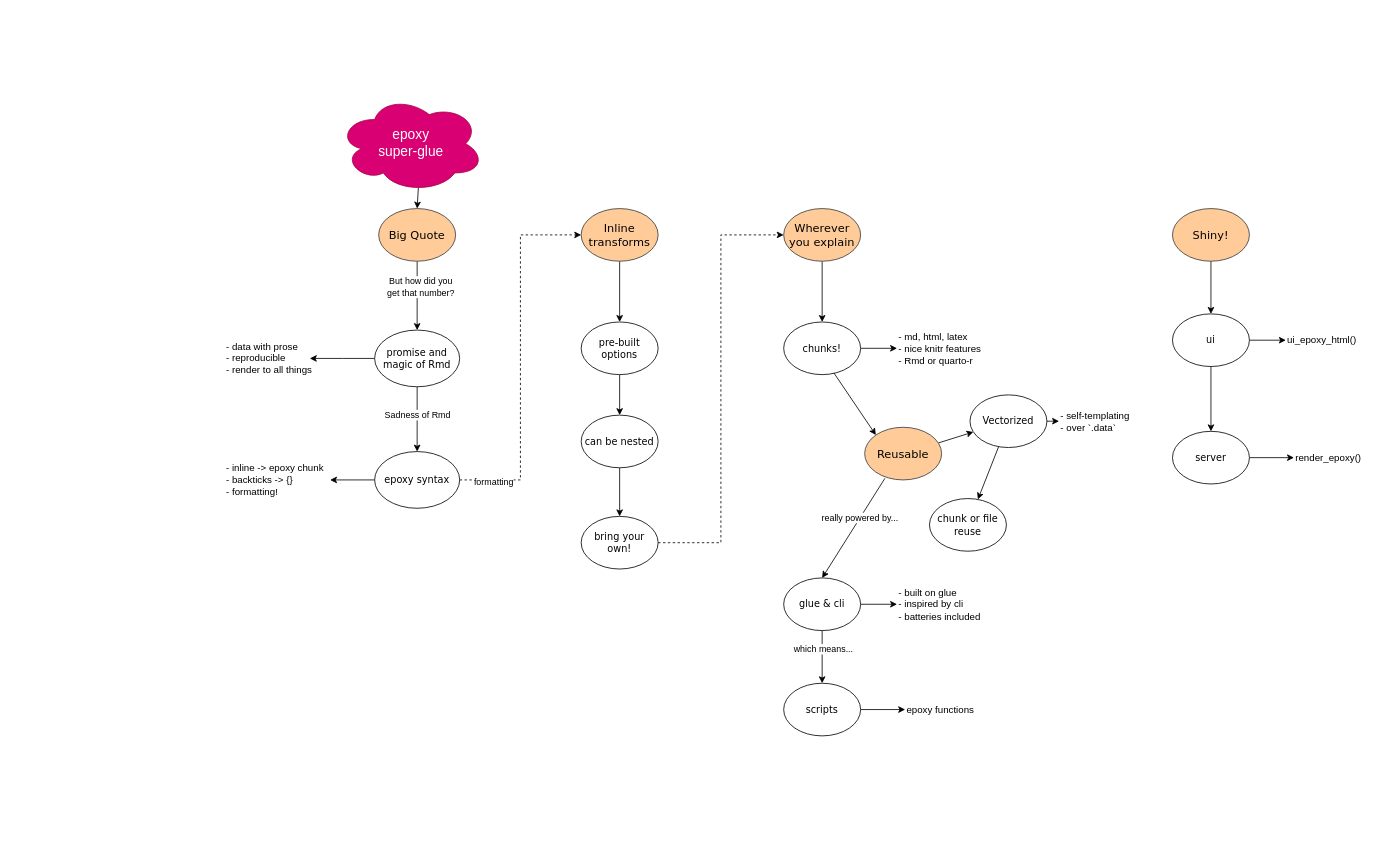
The draw.io diagram epoxy-super-glue/talk.drawio in gadenbuie/slides, before the edit. Source tidied: cells renumbered, new cells numbered last; positions are measured from the earlier drawing's top-left corner, leaving out a move shared by most shapes. Both pictures are drawn from the tidied source at 81%, with x=0, y=0 at pixel (224, 95).
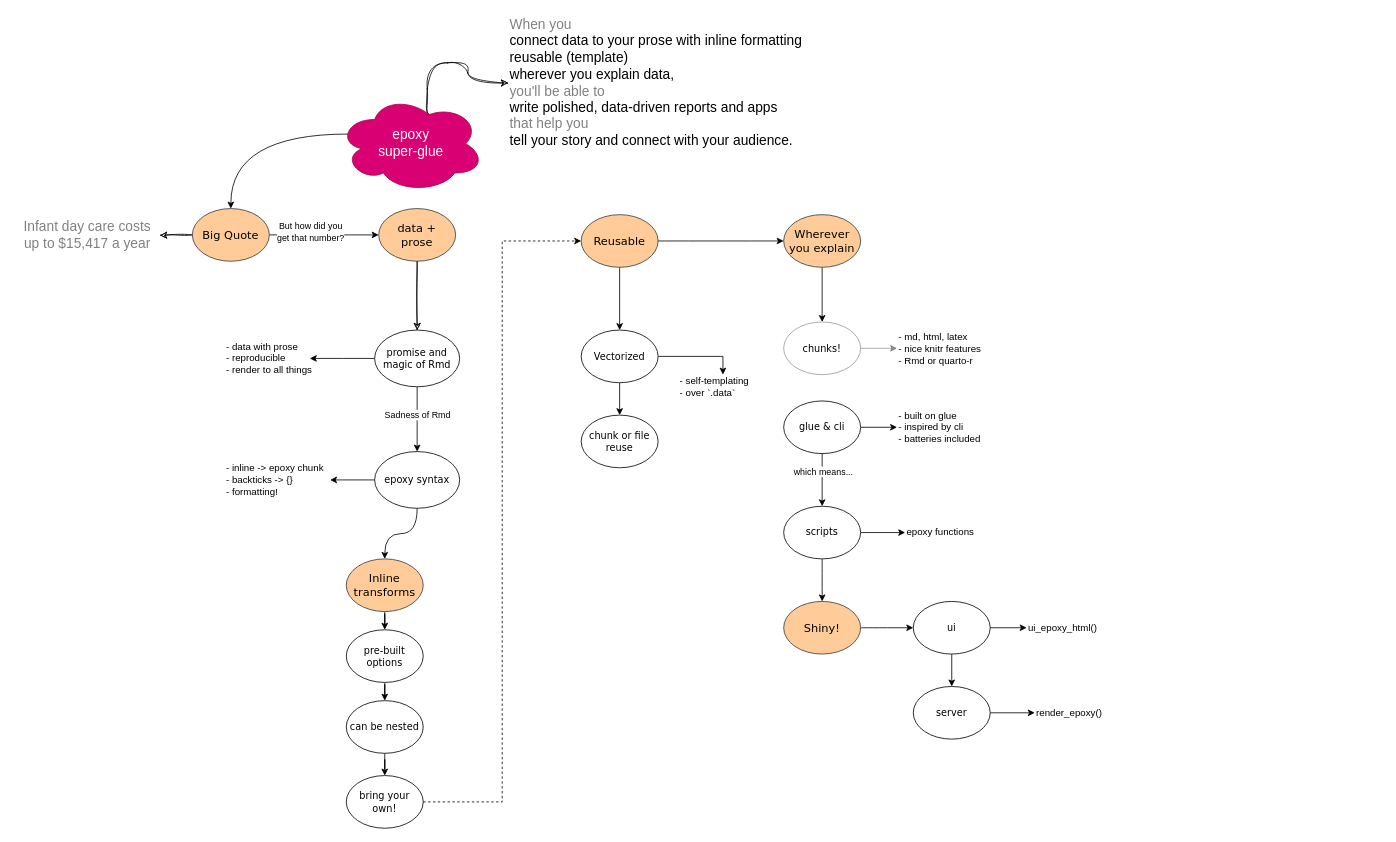
After the change.

Commit message:
rework outline

Unchanged cells that the change refers to:
```xml
<mxCell id="12" value="promise and magic of Rmd" style="ellipse;whiteSpace=wrap;html=1;rounded=0;shadow=0;comic=0;labelBackgroundColor=none;strokeWidth=1;fontFamily=Verdana;fontSize=12;align=center;" parent="1" vertex="1">
  <mxGeometry x="185" y="290" width="105" height="70" as="geometry" />
</mxCell>
<mxCell id="16" value="epoxy syntax" style="ellipse;whiteSpace=wrap;html=1;rounded=0;shadow=0;comic=0;labelBackgroundColor=none;strokeWidth=1;fontFamily=Verdana;fontSize=12;align=center;" parent="1" vertex="1">
  <mxGeometry x="185" y="440" width="105" height="70" as="geometry" />
</mxCell>
<mxCell id="56" value="epoxy&lt;br&gt;super-glue" style="ellipse;shape=cloud;whiteSpace=wrap;html=1;fontSize=17;fillColor=#d80073;fontColor=#ffffff;strokeColor=#A50040;" parent="1" vertex="1">
  <mxGeometry x="140" width="180" height="120" as="geometry" />
</mxCell>
```

Change to the diagram source:
```diff
@@
     <mxCell id="3" value="&lt;span&gt;Inline transforms&lt;/span&gt;" style="ellipse;whiteSpace=wrap;html=1;rounded=0;shadow=0;comic=0;labelBackgroundColor=none;strokeWidth=1;fontFamily=Verdana;fontSize=14;align=center;fillColor=#ffcc99;strokeColor=#36393d;" parent="1" vertex="1">
-      <mxGeometry x="440" y="140" width="95" height="65" as="geometry" />
+      <mxGeometry x="150" y="572.5" width="95" height="65" as="geometry" />
     </mxCell>
@@
     <mxCell id="5" value="Wherever you explain" style="ellipse;whiteSpace=wrap;html=1;rounded=0;shadow=0;comic=0;labelBackgroundColor=none;strokeWidth=1;fontFamily=Verdana;fontSize=14;align=center;fillColor=#ffcc99;strokeColor=#36393d;" parent="1" vertex="1">
-      <mxGeometry x="690" y="140" width="95" height="65" as="geometry" />
+      <mxGeometry x="690" y="147.5" width="95" height="65" as="geometry" />
     </mxCell>
-    <mxCell id="6" style="edgeStyle=orthogonalEdgeStyle;rounded=0;jettySize=auto;html=1;" parent="1" edge="1" source="8" target="12">
+    <mxCell id="6" style="edgeStyle=orthogonalEdgeStyle;rounded=0;jettySize=auto;html=1;entryX=0;entryY=0.5;entryDx=0;entryDy=0;" parent="1" edge="1" source="8" target="64">
       <mxGeometry relative="1" as="geometry" />
     </mxCell>
@@
+    <mxCell id="57" style="edgeStyle=orthogonalEdgeStyle;curved=1;sketch=1;html=1;exitX=0;exitY=0.5;exitDx=0;exitDy=0;entryX=1;entryY=0.51;entryDx=0;entryDy=0;entryPerimeter=0;fontSize=17;fontColor=#808080;" parent="1" edge="1" source="8" target="62">
+      <mxGeometry relative="1" as="geometry" />
+    </mxCell>
     <mxCell id="8" value="Big Quote" style="ellipse;whiteSpace=wrap;html=1;rounded=0;shadow=0;comic=0;labelBackgroundColor=none;strokeWidth=1;fontFamily=Verdana;fontSize=14;align=center;fillColor=#ffcc99;strokeColor=#36393d;" parent="1" vertex="1">
-      <mxGeometry x="190" y="140" width="95" height="65" as="geometry" />
+      <mxGeometry x="-40" y="140" width="95" height="65" as="geometry" />
     </mxCell>
@@
-    <mxCell id="14" style="edgeStyle=orthogonalEdgeStyle;rounded=0;jettySize=auto;html=1;exitX=1;exitY=0.5;exitDx=0;exitDy=0;entryX=0;entryY=0.5;entryDx=0;entryDy=0;dashed=1;" parent="1" edge="1" source="16" target="3">
+    <mxCell id="14" style="edgeStyle=orthogonalEdgeStyle;curved=1;sketch=0;html=1;exitX=0.5;exitY=1;exitDx=0;exitDy=0;entryX=0.5;entryY=0;entryDx=0;entryDy=0;fontSize=17;fontColor=#808080;" parent="1" edge="1" source="16" target="3">
       <mxGeometry relative="1" as="geometry" />
     </mxCell>
-    <mxCell id="15" value="formatting" style="edgeLabel;html=1;align=center;verticalAlign=middle;" parent="14" vertex="1">
-      <mxGeometry x="-0.82" y="-2" relative="1" as="geometry" />
-    </mxCell>
@@
     <mxCell id="20" value="&lt;span&gt;pre-built options&lt;br&gt;&lt;/span&gt;" style="ellipse;whiteSpace=wrap;html=1;rounded=0;shadow=0;comic=0;labelBackgroundColor=none;strokeWidth=1;fontFamily=Verdana;fontSize=12;align=center;" parent="1" vertex="1">
-      <mxGeometry x="440" y="280" width="95" height="65" as="geometry" />
+      <mxGeometry x="150" y="660" width="95" height="65" as="geometry" />
     </mxCell>
@@
     <mxCell id="22" value="&lt;span&gt;can be nested&lt;br&gt;&lt;/span&gt;" style="ellipse;whiteSpace=wrap;html=1;rounded=0;shadow=0;comic=0;labelBackgroundColor=none;strokeWidth=1;fontFamily=Verdana;fontSize=12;align=center;fillColor=default;strokeColor=default;" parent="1" vertex="1">
-      <mxGeometry x="440" y="395" width="95" height="65" as="geometry" />
+      <mxGeometry x="150" y="747.5" width="95" height="65" as="geometry" />
     </mxCell>
     <mxCell id="23" value="&lt;span&gt;bring your own!&lt;br&gt;&lt;/span&gt;" style="ellipse;whiteSpace=wrap;html=1;rounded=0;shadow=0;comic=0;labelBackgroundColor=none;strokeWidth=1;fontFamily=Verdana;fontSize=12;align=center;fillColor=default;strokeColor=default;" parent="1" vertex="1">
-      <mxGeometry x="440" y="520" width="95" height="65" as="geometry" />
+      <mxGeometry x="150" y="840" width="95" height="65" as="geometry" />
     </mxCell>
-    <mxCell id="24" style="edgeStyle=orthogonalEdgeStyle;rounded=0;jettySize=auto;html=1;exitX=1;exitY=0.5;exitDx=0;exitDy=0;entryX=0;entryY=0.5;entryDx=0;entryDy=0;" parent="1" edge="1" source="28" target="31">
+    <mxCell id="24" style="edgeStyle=orthogonalEdgeStyle;rounded=0;jettySize=auto;html=1;exitX=1;exitY=0.5;exitDx=0;exitDy=0;entryX=0;entryY=0.5;entryDx=0;entryDy=0;opacity=40;" parent="1" edge="1" source="28" target="31">
       <mxGeometry relative="1" as="geometry" />
     </mxCell>
-    <mxCell id="25" style="rounded=0;jettySize=auto;html=1;exitX=0.263;exitY=0.969;exitDx=0;exitDy=0;entryX=0.5;entryY=0;entryDx=0;entryDy=0;exitPerimeter=0;" parent="1" edge="1" source="42" target="36">
-      <mxGeometry relative="1" as="geometry" />
-    </mxCell>
-    <mxCell id="26" value="really powered by..." style="edgeLabel;html=1;align=center;verticalAlign=middle;" parent="25" vertex="1">
-      <mxGeometry x="-0.2" y="-1" relative="1" as="geometry" />
-    </mxCell>
-    <mxCell id="27" style="rounded=0;jettySize=auto;html=1;entryX=0;entryY=0;entryDx=0;entryDy=0;exitX=0.632;exitY=0.923;exitDx=0;exitDy=0;exitPerimeter=0;" parent="1" edge="1" source="28" target="42">
-      <mxGeometry relative="1" as="geometry" />
-    </mxCell>
-    <mxCell id="28" value="chunks!" style="ellipse;whiteSpace=wrap;html=1;rounded=0;shadow=0;comic=0;labelBackgroundColor=none;strokeWidth=1;fontFamily=Verdana;fontSize=12;align=center;fillColor=default;strokeColor=default;" parent="1" vertex="1">
+    <mxCell id="28" value="chunks!" style="ellipse;whiteSpace=wrap;html=1;rounded=0;shadow=0;comic=0;labelBackgroundColor=none;strokeWidth=1;fontFamily=Verdana;fontSize=12;align=center;fillColor=default;strokeColor=default;opacity=40;" parent="1" vertex="1">
       <mxGeometry x="690" y="280" width="95" height="65" as="geometry" />
     </mxCell>
@@
+    <mxCell id="58" style="edgeStyle=orthogonalEdgeStyle;curved=1;html=1;exitX=0.5;exitY=1;exitDx=0;exitDy=0;entryX=0.5;entryY=0;entryDx=0;entryDy=0;fontSize=17;fontColor=#808080;" parent="1" edge="1" source="30" target="40">
+      <mxGeometry relative="1" as="geometry" />
+    </mxCell>
     <mxCell id="30" value="scripts" style="ellipse;whiteSpace=wrap;html=1;rounded=0;shadow=0;comic=0;labelBackgroundColor=none;strokeWidth=1;fontFamily=Verdana;fontSize=12;align=center;fillColor=default;strokeColor=default;" parent="1" vertex="1">
-      <mxGeometry x="690" y="726" width="95" height="65" as="geometry" />
+      <mxGeometry x="690" y="507.5" width="95" height="65" as="geometry" />
     </mxCell>
-    <mxCell id="31" value="- md, html, latex&lt;br&gt;- nice knitr features&lt;br&gt;- Rmd or quarto-r" style="text;html=1;strokeColor=none;fillColor=none;align=left;verticalAlign=middle;whiteSpace=wrap;rounded=0;" parent="1" vertex="1">
+    <mxCell id="31" value="- md, html, latex&lt;br&gt;- nice knitr features&lt;br&gt;- Rmd or quarto-r" style="text;html=1;strokeColor=none;fillColor=none;align=left;verticalAlign=middle;whiteSpace=wrap;rounded=0;opacity=40;" parent="1" vertex="1">
       <mxGeometry x="830" y="297.5" width="110" height="30" as="geometry" />
     </mxCell>
@@
-    <mxCell id="33" style="edgeStyle=orthogonalEdgeStyle;rounded=0;jettySize=auto;html=1;exitX=1;exitY=0.5;exitDx=0;exitDy=0;entryX=0;entryY=0.5;entryDx=0;entryDy=0;dashed=1;" parent="1" edge="1" source="23" target="5">
+    <mxCell id="33" style="edgeStyle=orthogonalEdgeStyle;rounded=0;jettySize=auto;html=1;exitX=1;exitY=0.5;exitDx=0;exitDy=0;entryX=0;entryY=0.5;entryDx=0;entryDy=0;dashed=1;" parent="1" edge="1" source="23" target="42">
       <mxGeometry relative="1" as="geometry" />
     </mxCell>
@@
     <mxCell id="36" value="&lt;span&gt;glue &amp;amp; cli&lt;br&gt;&lt;/span&gt;" style="ellipse;whiteSpace=wrap;html=1;rounded=0;shadow=0;comic=0;labelBackgroundColor=none;strokeWidth=1;fontFamily=Verdana;fontSize=12;align=center;fillColor=default;strokeColor=default;" parent="1" vertex="1">
-      <mxGeometry x="690" y="596" width="95" height="65" as="geometry" />
+      <mxGeometry x="690" y="377.5" width="95" height="65" as="geometry" />
     </mxCell>
     <mxCell id="37" value="- built on glue&lt;br&gt;- inspired by cli&lt;br&gt;- batteries included" style="text;html=1;strokeColor=none;fillColor=none;align=left;verticalAlign=middle;whiteSpace=wrap;rounded=0;" parent="1" vertex="1">
-      <mxGeometry x="830" y="613.5" width="110" height="30" as="geometry" />
+      <mxGeometry x="830" y="395" width="110" height="30" as="geometry" />
     </mxCell>
     <mxCell id="38" value="epoxy functions" style="text;html=1;strokeColor=none;fillColor=none;align=left;verticalAlign=middle;whiteSpace=wrap;rounded=0;" parent="1" vertex="1">
-      <mxGeometry x="840" y="743.5" width="110" height="30" as="geometry" />
+      <mxGeometry x="840" y="525" width="110" height="30" as="geometry" />
     </mxCell>
-    <mxCell id="39" style="edgeStyle=orthogonalEdgeStyle;rounded=0;jettySize=auto;html=1;exitX=0.5;exitY=1;exitDx=0;exitDy=0;entryX=0.5;entryY=0;entryDx=0;entryDy=0;" parent="1" edge="1" source="40" target="50">
+    <mxCell id="39" style="edgeStyle=orthogonalEdgeStyle;curved=1;sketch=0;html=1;exitX=1;exitY=0.5;exitDx=0;exitDy=0;fontSize=17;fontColor=#808080;" parent="1" edge="1" source="40" target="50">
       <mxGeometry relative="1" as="geometry" />
     </mxCell>
     <mxCell id="40" value="Shiny!" style="ellipse;whiteSpace=wrap;html=1;rounded=0;shadow=0;comic=0;labelBackgroundColor=none;strokeWidth=1;fontFamily=Verdana;fontSize=14;align=center;fillColor=#ffcc99;strokeColor=#36393d;" parent="1" vertex="1">
-      <mxGeometry x="1170" y="140" width="95" height="65" as="geometry" />
+      <mxGeometry x="690" y="625" width="95" height="65" as="geometry" />
     </mxCell>
@@
+    <mxCell id="59" style="edgeStyle=orthogonalEdgeStyle;curved=1;sketch=0;html=1;exitX=1;exitY=0.5;exitDx=0;exitDy=0;entryX=0;entryY=0.5;entryDx=0;entryDy=0;fontSize=17;fontColor=#808080;" parent="1" edge="1" source="42" target="5">
+      <mxGeometry relative="1" as="geometry" />
+    </mxCell>
     <mxCell id="42" value="Reusable" style="ellipse;whiteSpace=wrap;html=1;rounded=0;shadow=0;comic=0;labelBackgroundColor=none;strokeWidth=1;fontFamily=Verdana;fontSize=14;align=center;fillColor=#ffcc99;strokeColor=#36393d;" parent="1" vertex="1">
-      <mxGeometry x="790" y="410" width="95" height="65" as="geometry" />
+      <mxGeometry x="440" y="147.5" width="95" height="65" as="geometry" />
     </mxCell>
-    <mxCell id="43" style="edgeStyle=orthogonalEdgeStyle;rounded=0;jettySize=auto;html=1;exitX=1;exitY=0.5;exitDx=0;exitDy=0;entryX=0;entryY=0.5;entryDx=0;entryDy=0;" parent="1" edge="1" source="45" target="46">
+    <mxCell id="43" style="edgeStyle=orthogonalEdgeStyle;rounded=0;jettySize=auto;html=1;exitX=1;exitY=0.5;exitDx=0;exitDy=0;entryX=0.5;entryY=0;entryDx=0;entryDy=0;" parent="1" edge="1" source="45" target="46">
       <mxGeometry relative="1" as="geometry" />
     </mxCell>
@@
     <mxCell id="45" value="Vectorized" style="ellipse;whiteSpace=wrap;html=1;rounded=0;shadow=0;comic=0;labelBackgroundColor=none;strokeWidth=1;fontFamily=Verdana;fontSize=12;align=center;fillColor=default;strokeColor=default;" parent="1" vertex="1">
-      <mxGeometry x="920" y="370" width="95" height="65" as="geometry" />
+      <mxGeometry x="440" y="290" width="95" height="65" as="geometry" />
     </mxCell>
     <mxCell id="46" value="- self-templating&lt;br&gt;- over `.data`" style="text;html=1;strokeColor=none;fillColor=none;align=left;verticalAlign=middle;whiteSpace=wrap;rounded=0;" parent="1" vertex="1">
-      <mxGeometry x="1030" y="387.5" width="110" height="30" as="geometry" />
+      <mxGeometry x="560" y="345" width="110" height="30" as="geometry" />
     </mxCell>
     <mxCell id="47" value="chunk or file &lt;br&gt;reuse" style="ellipse;whiteSpace=wrap;html=1;rounded=0;shadow=0;comic=0;labelBackgroundColor=none;strokeWidth=1;fontFamily=Verdana;fontSize=12;align=center;fillColor=default;strokeColor=default;" parent="1" vertex="1">
-      <mxGeometry x="870" y="498" width="95" height="65" as="geometry" />
+      <mxGeometry x="440" y="395" width="95" height="65" as="geometry" />
     </mxCell>
@@
     <mxCell id="50" value="ui" style="ellipse;whiteSpace=wrap;html=1;rounded=0;shadow=0;comic=0;labelBackgroundColor=none;strokeWidth=1;fontFamily=Verdana;fontSize=12;align=center;fillColor=default;strokeColor=default;" parent="1" vertex="1">
-      <mxGeometry x="1170" y="270" width="95" height="65" as="geometry" />
+      <mxGeometry x="850" y="625" width="95" height="65" as="geometry" />
     </mxCell>
@@
     <mxCell id="52" value="server" style="ellipse;whiteSpace=wrap;html=1;rounded=0;shadow=0;comic=0;labelBackgroundColor=none;strokeWidth=1;fontFamily=Verdana;fontSize=12;align=center;fillColor=default;strokeColor=default;" parent="1" vertex="1">
-      <mxGeometry x="1170" y="415" width="95" height="65" as="geometry" />
+      <mxGeometry x="850" y="730" width="95" height="65" as="geometry" />
     </mxCell>
     <mxCell id="53" value="ui_epoxy_html()" style="text;html=1;strokeColor=none;fillColor=none;align=left;verticalAlign=middle;whiteSpace=wrap;rounded=0;" parent="1" vertex="1">
-      <mxGeometry x="1310" y="287.5" width="110" height="30" as="geometry" />
+      <mxGeometry x="990" y="642.5" width="110" height="30" as="geometry" />
     </mxCell>
     <mxCell id="54" value="render_epoxy()" style="text;html=1;strokeColor=none;fillColor=none;align=left;verticalAlign=middle;whiteSpace=wrap;rounded=0;" parent="1" vertex="1">
-      <mxGeometry x="1320" y="432.5" width="110" height="30" as="geometry" />
+      <mxGeometry x="1000" y="747.5" width="110" height="30" as="geometry" />
     </mxCell>
-    <mxCell id="55" style="edgeStyle=none;html=1;exitX=0.55;exitY=0.95;exitDx=0;exitDy=0;exitPerimeter=0;entryX=0.5;entryY=0;entryDx=0;entryDy=0;fontSize=17;" parent="1" edge="1" source="56" target="8">
+    <mxCell id="55" style="edgeStyle=orthogonalEdgeStyle;html=1;exitX=0.07;exitY=0.4;exitDx=0;exitDy=0;exitPerimeter=0;entryX=0.5;entryY=0;entryDx=0;entryDy=0;fontSize=17;curved=1;" parent="1" edge="1" source="56" target="8">
       <mxGeometry relative="1" as="geometry" />
     </mxCell>
+    <mxCell id="60" style="edgeStyle=orthogonalEdgeStyle;html=1;exitX=0.625;exitY=0.2;exitDx=0;exitDy=0;exitPerimeter=0;entryX=0;entryY=0.5;entryDx=0;entryDy=0;fontSize=17;fontColor=#808080;curved=1;sketch=1;curveFitting=1;jiggle=2;" parent="1" edge="1" source="56" target="61">
+      <mxGeometry relative="1" as="geometry">
+        <Array as="points">
+          <mxPoint x="250" y="24" />
+          <mxPoint x="250" y="-40" />
+          <mxPoint x="300" y="-40" />
+          <mxPoint x="300" y="-15" />
+        </Array>
+      </mxGeometry>
+    </mxCell>
@@
+    <mxCell id="61" value="&lt;font color=&quot;#808080&quot;&gt;When you &lt;br&gt;&lt;/font&gt;connect data to your prose with inline formatting&lt;br&gt;reusable (template)&lt;br&gt;wherever you explain data,&lt;br&gt;&lt;font color=&quot;#808080&quot;&gt;you'll be able to &lt;br&gt;&lt;/font&gt;write polished, data-driven reports and apps&lt;br&gt;&lt;font color=&quot;#808080&quot;&gt;that help you &lt;br&gt;&lt;/font&gt;tell your story and connect with your audience." style="text;html=1;strokeColor=none;fillColor=none;align=left;verticalAlign=middle;whiteSpace=wrap;rounded=0;fontSize=17;fontColor=#000000;" parent="1" vertex="1">
+      <mxGeometry x="350" y="-100" width="490" height="170" as="geometry" />
+    </mxCell>
+    <mxCell id="62" value="Infant day care costs&lt;br&gt;up to $15,417 a year" style="text;html=1;align=center;verticalAlign=middle;points=[];strokeColor=none;fillColor=none;fontSize=17;fontColor=#808080;" parent="1" vertex="1">
+      <mxGeometry x="-260" y="147.5" width="180" height="50" as="geometry" />
+    </mxCell>
+    <mxCell id="63" style="edgeStyle=none;sketch=1;html=1;fontSize=17;fontColor=#808080;" parent="1" edge="1" source="64" target="12">
+      <mxGeometry relative="1" as="geometry" />
+    </mxCell>
+    <mxCell id="64" value="data + &lt;br&gt;prose" style="ellipse;whiteSpace=wrap;html=1;rounded=0;shadow=0;comic=0;labelBackgroundColor=none;strokeWidth=1;fontFamily=Verdana;fontSize=14;align=center;fillColor=#ffcc99;strokeColor=#36393d;" parent="1" vertex="1">
+      <mxGeometry x="190" y="140" width="95" height="65" as="geometry" />
+    </mxCell>
```
